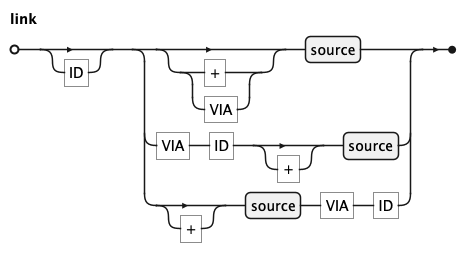
Above: docs/kql/link.png in koryki-java/core (PlantUML), before the change.
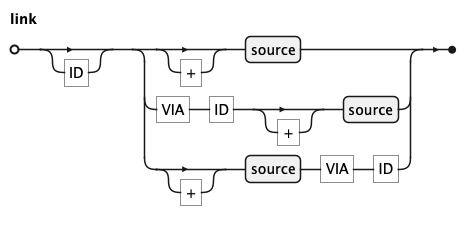
The same file after the commit.

Commit message:
docs kql_ebnf, link VIA, intro

Diff of the diagram source:
```diff
@@ -5,7 +5,7 @@
 
 'title link
 
-link = ["ID"], ([("+" | "VIA")], source
+link = ["ID"], (["+"], source
   | "VIA", "ID", ["+"], source
   | ["+"], source, "VIA", "ID")
 ;
```
